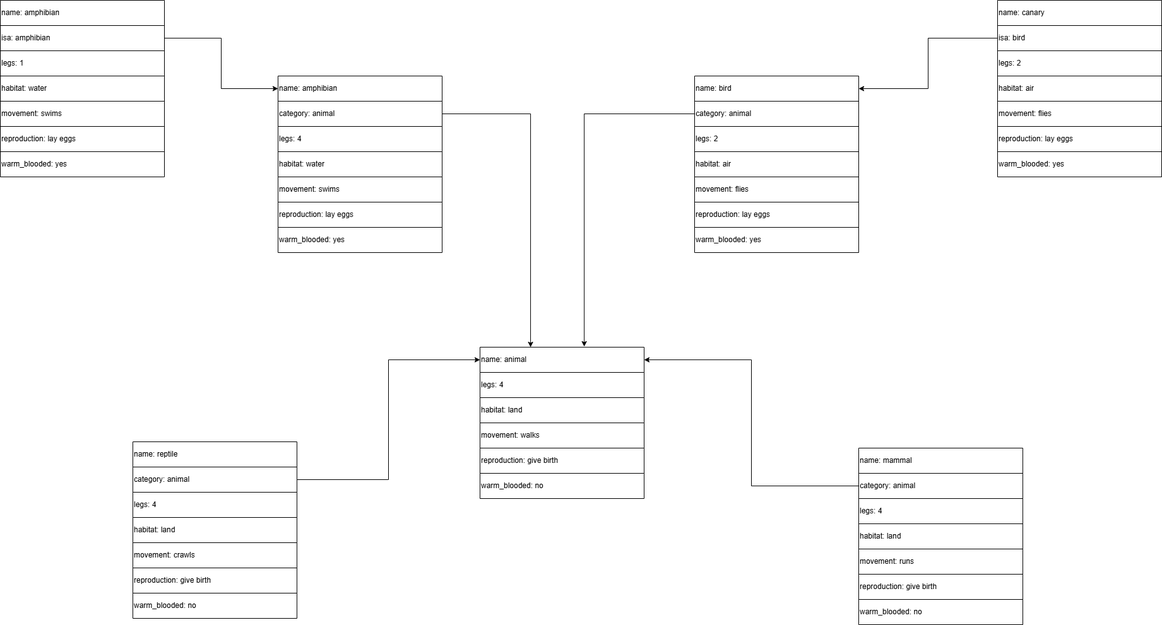
Before: Intelligent System/myFrame.drawio.png, a diagram exported from draw.io (another4433/another4433). Source tidied: cells renumbered, new cells last; positions are measured from the earlier drawing's top-left corner, leaving out a move shared by most shapes.
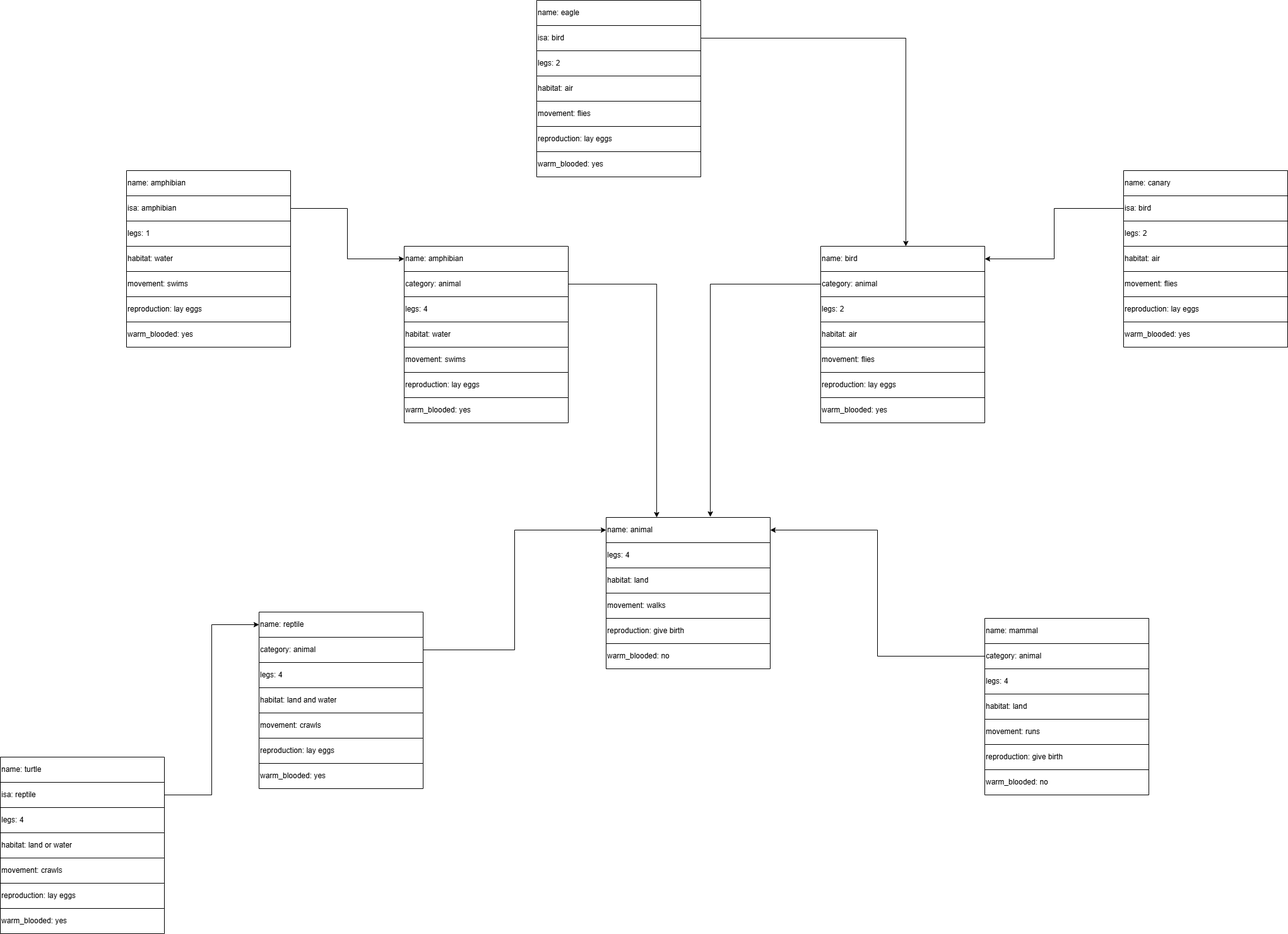
Later version of the same file.

Change to the diagram source:
```diff
@@ -113,7 +113,7 @@
     <mxCell id="38" style="shape=tableRow;horizontal=0;startSize=0;swimlaneHead=0;swimlaneBody=0;strokeColor=inherit;top=0;left=0;bottom=0;right=0;fillColor=none;" parent="31" vertex="1">
       <mxGeometry y="120" width="260" height="40" as="geometry" />
     </mxCell>
-    <mxCell id="39" value="habitat: land" style="shape=partialRectangle;html=1;whiteSpace=wrap;strokeColor=inherit;overflow=hidden;fillColor=none;top=0;left=0;bottom=0;right=0;align=left;" parent="38" vertex="1">
+    <mxCell id="39" value="habitat: land and water" style="shape=partialRectangle;html=1;whiteSpace=wrap;strokeColor=inherit;overflow=hidden;fillColor=none;top=0;left=0;bottom=0;right=0;align=left;" parent="38" vertex="1">
       <mxGeometry width="260" height="40" as="geometry" />
     </mxCell>
     <mxCell id="40" style="shape=tableRow;horizontal=0;startSize=0;swimlaneHead=0;swimlaneBody=0;strokeColor=inherit;top=0;left=0;bottom=0;right=0;fillColor=none;" parent="31" vertex="1">
@@ -125,13 +125,13 @@
     <mxCell id="42" style="shape=tableRow;horizontal=0;startSize=0;swimlaneHead=0;swimlaneBody=0;strokeColor=inherit;top=0;left=0;bottom=0;right=0;fillColor=none;" parent="31" vertex="1">
       <mxGeometry y="200" width="260" height="40" as="geometry" />
     </mxCell>
-    <mxCell id="43" value="reproduction: give birth" style="shape=partialRectangle;html=1;whiteSpace=wrap;strokeColor=inherit;overflow=hidden;fillColor=none;top=0;left=0;bottom=0;right=0;align=left;" parent="42" vertex="1">
+    <mxCell id="43" value="reproduction: lay eggs" style="shape=partialRectangle;html=1;whiteSpace=wrap;strokeColor=inherit;overflow=hidden;fillColor=none;top=0;left=0;bottom=0;right=0;align=left;" parent="42" vertex="1">
       <mxGeometry width="260" height="40" as="geometry" />
     </mxCell>
     <mxCell id="44" style="shape=tableRow;horizontal=0;startSize=0;swimlaneHead=0;swimlaneBody=0;strokeColor=inherit;top=0;left=0;bottom=0;right=0;fillColor=none;" parent="31" vertex="1">
       <mxGeometry y="240" width="260" height="40" as="geometry" />
     </mxCell>
-    <mxCell id="45" value="warm_blooded: no" style="shape=partialRectangle;html=1;whiteSpace=wrap;strokeColor=inherit;overflow=hidden;fillColor=none;top=0;left=0;bottom=0;right=0;align=left;" parent="44" vertex="1">
+    <mxCell id="45" value="warm_blooded: yes" style="shape=partialRectangle;html=1;whiteSpace=wrap;strokeColor=inherit;overflow=hidden;fillColor=none;top=0;left=0;bottom=0;right=0;align=left;" parent="44" vertex="1">
       <mxGeometry width="260" height="40" as="geometry" />
     </mxCell>
     <mxCell id="46" style="edgeStyle=orthogonalEdgeStyle;rounded=0;jettySize=auto;html=1;entryX=0;entryY=0.5;entryDx=0;entryDy=0;" parent="1" edge="1" source="34" target="3">
@@ -329,5 +329,101 @@
     <mxCell id="110" style="edgeStyle=orthogonalEdgeStyle;rounded=0;jettySize=auto;html=1;entryX=1;entryY=0.5;entryDx=0;entryDy=0;" parent="1" edge="1" source="98" target="48">
       <mxGeometry relative="1" as="geometry" />
     </mxCell>
+    <mxCell id="111" style="shape=table;startSize=0;" parent="1" vertex="1">
+      <mxGeometry x="-200" y="930" width="260" height="280" as="geometry" />
+    </mxCell>
+    <mxCell id="112" style="shape=tableRow;horizontal=0;startSize=0;swimlaneHead=0;swimlaneBody=0;strokeColor=inherit;top=0;left=0;bottom=0;right=0;fillColor=none;" parent="111" vertex="1">
+      <mxGeometry width="260" height="40" as="geometry" />
+    </mxCell>
+    <mxCell id="113" value="name: turtle" style="shape=partialRectangle;html=1;whiteSpace=wrap;strokeColor=inherit;overflow=hidden;fillColor=none;top=0;left=0;bottom=0;right=0;align=left;" parent="112" vertex="1">
+      <mxGeometry width="260" height="40" as="geometry" />
+    </mxCell>
+    <mxCell id="114" style="shape=tableRow;horizontal=0;startSize=0;swimlaneHead=0;swimlaneBody=0;strokeColor=inherit;top=0;left=0;bottom=0;right=0;fillColor=none;points=[[0,0.5],[1,0.5]];portConstraint=eastwest;" parent="111" vertex="1">
+      <mxGeometry y="40" width="260" height="40" as="geometry" />
+    </mxCell>
+    <mxCell id="115" value="isa: reptile" style="shape=partialRectangle;html=1;whiteSpace=wrap;strokeColor=inherit;overflow=hidden;fillColor=none;top=0;left=0;bottom=0;right=0;align=left;" parent="114" vertex="1">
+      <mxGeometry width="260" height="40" as="geometry" />
+    </mxCell>
+    <mxCell id="116" style="shape=tableRow;horizontal=0;startSize=0;swimlaneHead=0;swimlaneBody=0;strokeColor=inherit;top=0;left=0;bottom=0;right=0;fillColor=none;" parent="111" vertex="1">
+      <mxGeometry y="80" width="260" height="40" as="geometry" />
+    </mxCell>
+    <mxCell id="117" value="legs: 4" style="shape=partialRectangle;html=1;whiteSpace=wrap;strokeColor=inherit;overflow=hidden;fillColor=none;top=0;left=0;bottom=0;right=0;align=left;" parent="116" vertex="1">
+      <mxGeometry width="260" height="40" as="geometry" />
+    </mxCell>
+    <mxCell id="118" style="shape=tableRow;horizontal=0;startSize=0;swimlaneHead=0;swimlaneBody=0;strokeColor=inherit;top=0;left=0;bottom=0;right=0;fillColor=none;" parent="111" vertex="1">
+      <mxGeometry y="120" width="260" height="40" as="geometry" />
+    </mxCell>
+    <mxCell id="119" value="habitat: land or water" style="shape=partialRectangle;html=1;whiteSpace=wrap;strokeColor=inherit;overflow=hidden;fillColor=none;top=0;left=0;bottom=0;right=0;align=left;" parent="118" vertex="1">
+      <mxGeometry width="260" height="40" as="geometry" />
+    </mxCell>
+    <mxCell id="120" style="shape=tableRow;horizontal=0;startSize=0;swimlaneHead=0;swimlaneBody=0;strokeColor=inherit;top=0;left=0;bottom=0;right=0;fillColor=none;" parent="111" vertex="1">
+      <mxGeometry y="160" width="260" height="40" as="geometry" />
+    </mxCell>
+    <mxCell id="121" value="movement: crawls" style="shape=partialRectangle;html=1;whiteSpace=wrap;strokeColor=inherit;overflow=hidden;fillColor=none;top=0;left=0;bottom=0;right=0;align=left;" parent="120" vertex="1">
+      <mxGeometry width="260" height="40" as="geometry" />
+    </mxCell>
+    <mxCell id="122" style="shape=tableRow;horizontal=0;startSize=0;swimlaneHead=0;swimlaneBody=0;strokeColor=inherit;top=0;left=0;bottom=0;right=0;fillColor=none;" parent="111" vertex="1">
+      <mxGeometry y="200" width="260" height="40" as="geometry" />
+    </mxCell>
+    <mxCell id="123" value="reproduction: lay eggs" style="shape=partialRectangle;html=1;whiteSpace=wrap;strokeColor=inherit;overflow=hidden;fillColor=none;top=0;left=0;bottom=0;right=0;align=left;" parent="122" vertex="1">
+      <mxGeometry width="260" height="40" as="geometry" />
+    </mxCell>
+    <mxCell id="124" style="shape=tableRow;horizontal=0;startSize=0;swimlaneHead=0;swimlaneBody=0;strokeColor=inherit;top=0;left=0;bottom=0;right=0;fillColor=none;" parent="111" vertex="1">
+      <mxGeometry y="240" width="260" height="40" as="geometry" />
+    </mxCell>
+    <mxCell id="125" value="warm_blooded: yes" style="shape=partialRectangle;html=1;whiteSpace=wrap;strokeColor=inherit;overflow=hidden;fillColor=none;top=0;left=0;bottom=0;right=0;align=left;" parent="124" vertex="1">
+      <mxGeometry width="260" height="40" as="geometry" />
+    </mxCell>
+    <mxCell id="126" style="edgeStyle=orthogonalEdgeStyle;rounded=0;jettySize=auto;html=1;entryX=0;entryY=0.5;entryDx=0;entryDy=0;" parent="1" edge="1" source="114" target="32">
+      <mxGeometry relative="1" as="geometry" />
+    </mxCell>
+    <mxCell id="127" style="shape=table;startSize=0;" parent="1" vertex="1">
+      <mxGeometry x="650" y="-270" width="260" height="280" as="geometry" />
+    </mxCell>
+    <mxCell id="128" style="shape=tableRow;horizontal=0;startSize=0;swimlaneHead=0;swimlaneBody=0;strokeColor=inherit;top=0;left=0;bottom=0;right=0;fillColor=none;" parent="127" vertex="1">
+      <mxGeometry width="260" height="40" as="geometry" />
+    </mxCell>
+    <mxCell id="129" value="name: eagle" style="shape=partialRectangle;html=1;whiteSpace=wrap;strokeColor=inherit;overflow=hidden;fillColor=none;top=0;left=0;bottom=0;right=0;align=left;" parent="128" vertex="1">
+      <mxGeometry width="260" height="40" as="geometry" />
+    </mxCell>
+    <mxCell id="130" style="shape=tableRow;horizontal=0;startSize=0;swimlaneHead=0;swimlaneBody=0;strokeColor=inherit;top=0;left=0;bottom=0;right=0;fillColor=none;points=[[0,0.5],[1,0.5]];portConstraint=eastwest;" parent="127" vertex="1">
+      <mxGeometry y="40" width="260" height="40" as="geometry" />
+    </mxCell>
+    <mxCell id="131" value="isa: bird" style="shape=partialRectangle;html=1;whiteSpace=wrap;strokeColor=inherit;overflow=hidden;fillColor=none;top=0;left=0;bottom=0;right=0;align=left;" parent="130" vertex="1">
+      <mxGeometry width="260" height="40" as="geometry" />
+    </mxCell>
+    <mxCell id="132" style="shape=tableRow;horizontal=0;startSize=0;swimlaneHead=0;swimlaneBody=0;strokeColor=inherit;top=0;left=0;bottom=0;right=0;fillColor=none;" parent="127" vertex="1">
+      <mxGeometry y="80" width="260" height="40" as="geometry" />
+    </mxCell>
+    <mxCell id="133" value="legs: 2" style="shape=partialRectangle;html=1;whiteSpace=wrap;strokeColor=inherit;overflow=hidden;fillColor=none;top=0;left=0;bottom=0;right=0;align=left;" parent="132" vertex="1">
+      <mxGeometry width="260" height="40" as="geometry" />
+    </mxCell>
+    <mxCell id="134" style="shape=tableRow;horizontal=0;startSize=0;swimlaneHead=0;swimlaneBody=0;strokeColor=inherit;top=0;left=0;bottom=0;right=0;fillColor=none;" parent="127" vertex="1">
+      <mxGeometry y="120" width="260" height="40" as="geometry" />
+    </mxCell>
+    <mxCell id="135" value="habitat: air" style="shape=partialRectangle;html=1;whiteSpace=wrap;strokeColor=inherit;overflow=hidden;fillColor=none;top=0;left=0;bottom=0;right=0;align=left;" parent="134" vertex="1">
+      <mxGeometry width="260" height="40" as="geometry" />
+    </mxCell>
+    <mxCell id="136" style="shape=tableRow;horizontal=0;startSize=0;swimlaneHead=0;swimlaneBody=0;strokeColor=inherit;top=0;left=0;bottom=0;right=0;fillColor=none;" parent="127" vertex="1">
+      <mxGeometry y="160" width="260" height="40" as="geometry" />
+    </mxCell>
+    <mxCell id="137" value="movement: flies" style="shape=partialRectangle;html=1;whiteSpace=wrap;strokeColor=inherit;overflow=hidden;fillColor=none;top=0;left=0;bottom=0;right=0;align=left;" parent="136" vertex="1">
+      <mxGeometry width="260" height="40" as="geometry" />
+    </mxCell>
+    <mxCell id="138" style="shape=tableRow;horizontal=0;startSize=0;swimlaneHead=0;swimlaneBody=0;strokeColor=inherit;top=0;left=0;bottom=0;right=0;fillColor=none;" parent="127" vertex="1">
+      <mxGeometry y="200" width="260" height="40" as="geometry" />
+    </mxCell>
+    <mxCell id="139" value="reproduction: lay eggs" style="shape=partialRectangle;html=1;whiteSpace=wrap;strokeColor=inherit;overflow=hidden;fillColor=none;top=0;left=0;bottom=0;right=0;align=left;" parent="138" vertex="1">
+      <mxGeometry width="260" height="40" as="geometry" />
+    </mxCell>
+    <mxCell id="140" style="shape=tableRow;horizontal=0;startSize=0;swimlaneHead=0;swimlaneBody=0;strokeColor=inherit;top=0;left=0;bottom=0;right=0;fillColor=none;" parent="127" vertex="1">
+      <mxGeometry y="240" width="260" height="40" as="geometry" />
+    </mxCell>
+    <mxCell id="141" value="warm_blooded: yes" style="shape=partialRectangle;html=1;whiteSpace=wrap;strokeColor=inherit;overflow=hidden;fillColor=none;top=0;left=0;bottom=0;right=0;align=left;" parent="140" vertex="1">
+      <mxGeometry width="260" height="40" as="geometry" />
+    </mxCell>
+    <mxCell id="142" style="edgeStyle=orthogonalEdgeStyle;rounded=0;jettySize=auto;html=1;entryX=0.519;entryY=0;entryDx=0;entryDy=0;entryPerimeter=0;" parent="1" edge="1" source="130" target="48">
+      <mxGeometry relative="1" as="geometry" />
+    </mxCell>
   </root>
 </mxGraphModel>
```
